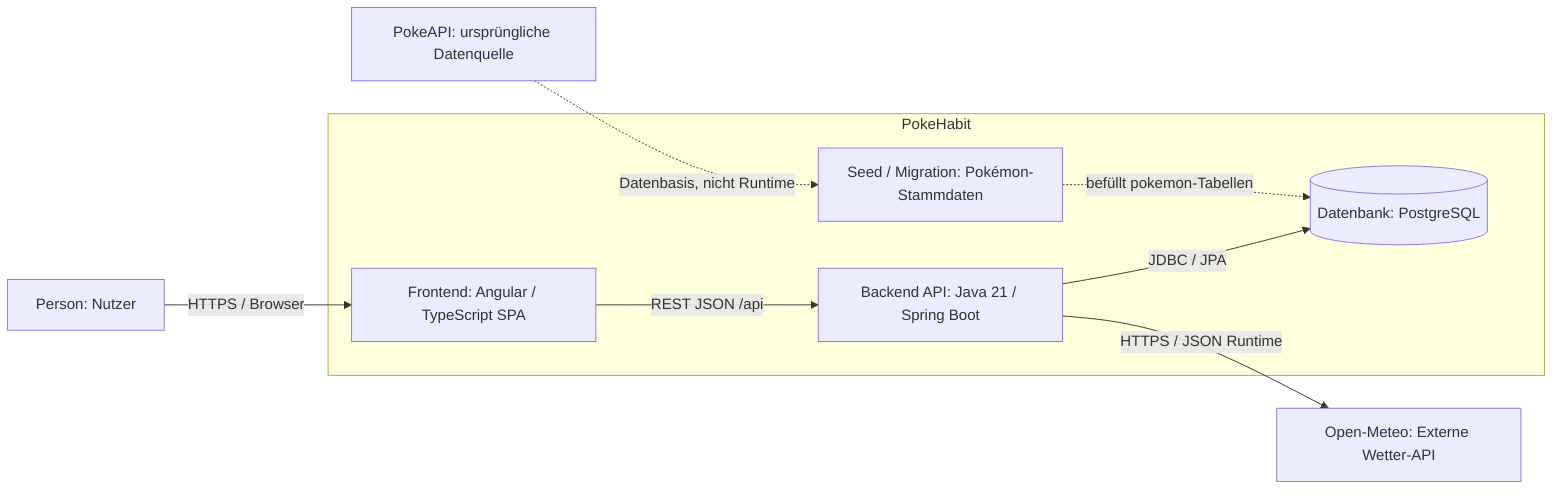
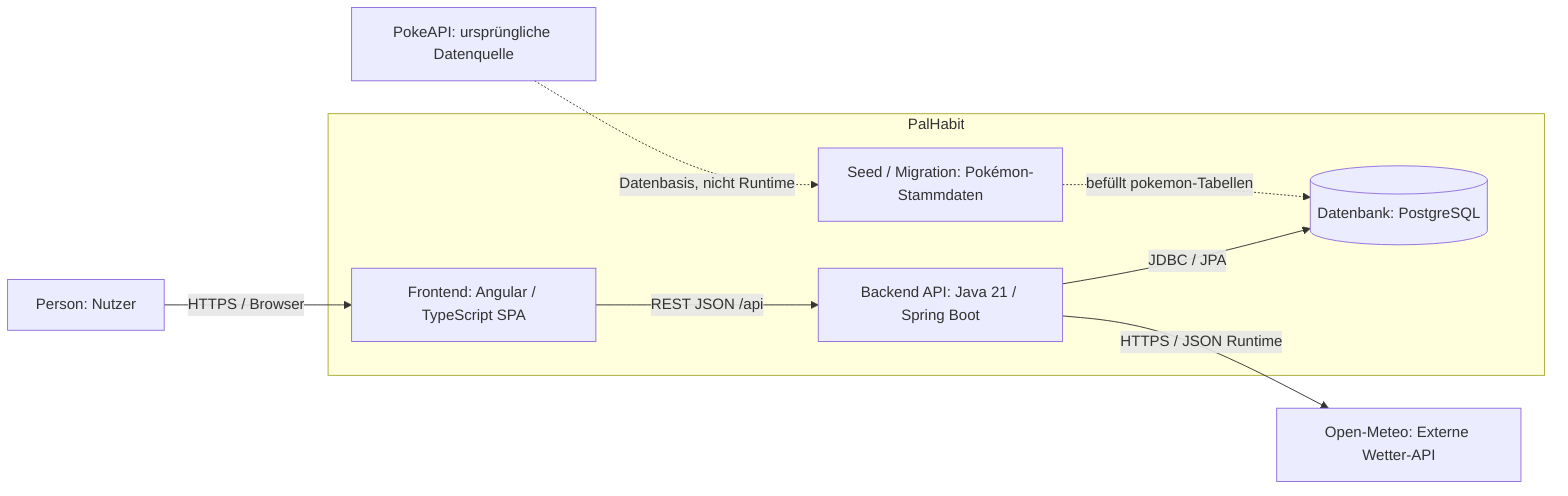
flowchart LR
    USER["Person: Nutzer"]

-     subgraph APP["PokeHabit"]
+     subgraph APP["PalHabit"]
        FE["Frontend: Angular / TypeScript SPA"]
        BE["Backend API: Java 21 / Spring Boot"]
        DB[(Datenbank: PostgreSQL)]
        SEED["Seed / Migration: Pokémon-Stammdaten"]
    end

    POKEAPI["PokeAPI: ursprüngliche Datenquelle"]
    WEATHER["Open-Meteo: Externe Wetter-API"]

    USER -->|HTTPS / Browser| FE
    FE -->|REST JSON /api| BE
    BE -->|JDBC / JPA| DB
    BE -->|HTTPS / JSON Runtime| WEATHER

    POKEAPI -.->|Datenbasis, nicht Runtime| SEED
    SEED -.->|befüllt pokemon-Tabellen| DB